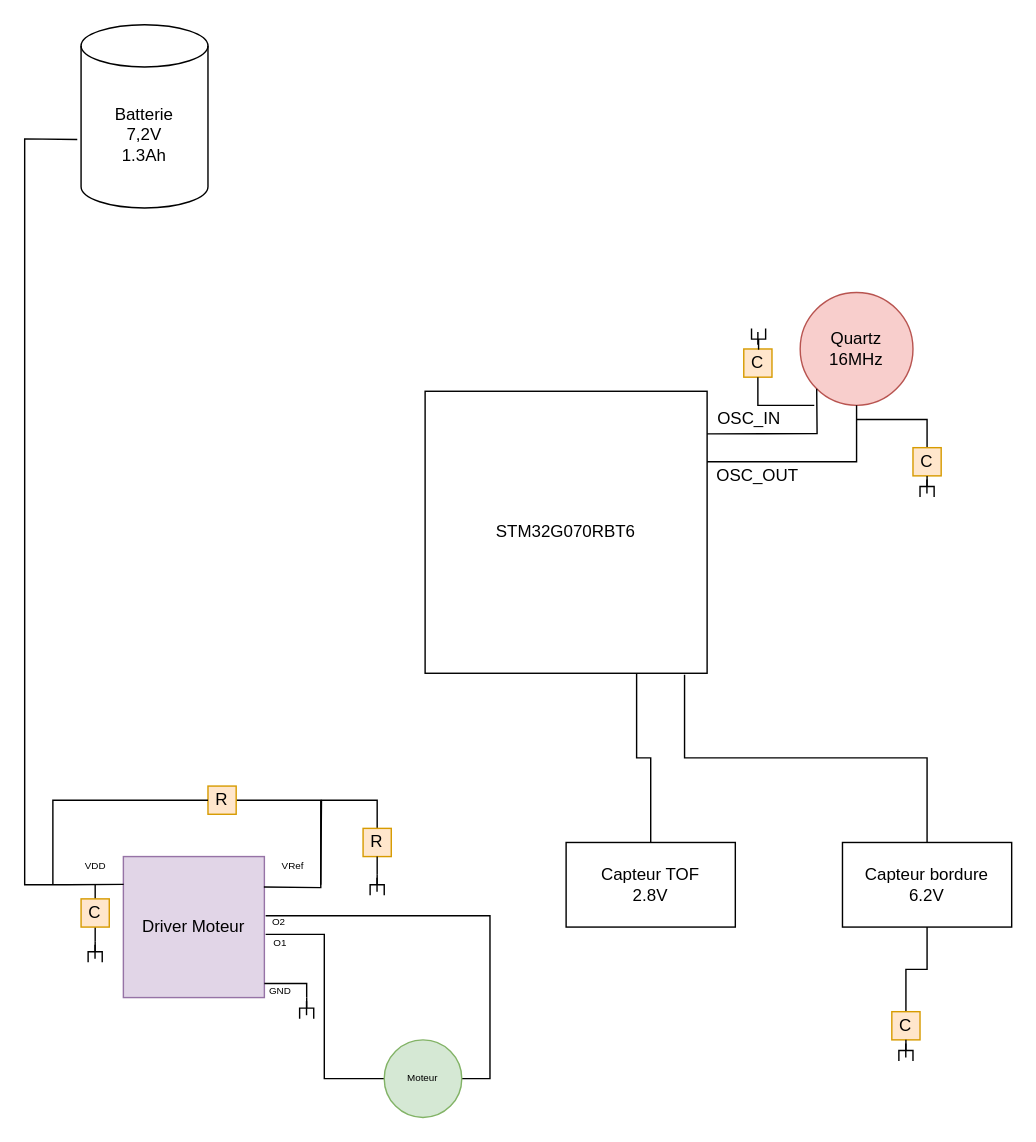
The draw.io diagram Diagramme sans nom.drawio in Artpel1805/Beerator, before the edit. Source tidied: cells renumbered, new cells numbered last; positions are measured from the earlier drawing's top-left corner, leaving out a move shared by most shapes. Both pictures are drawn from the tidied source at 141%, with x=0, y=0 at pixel (24, 24).
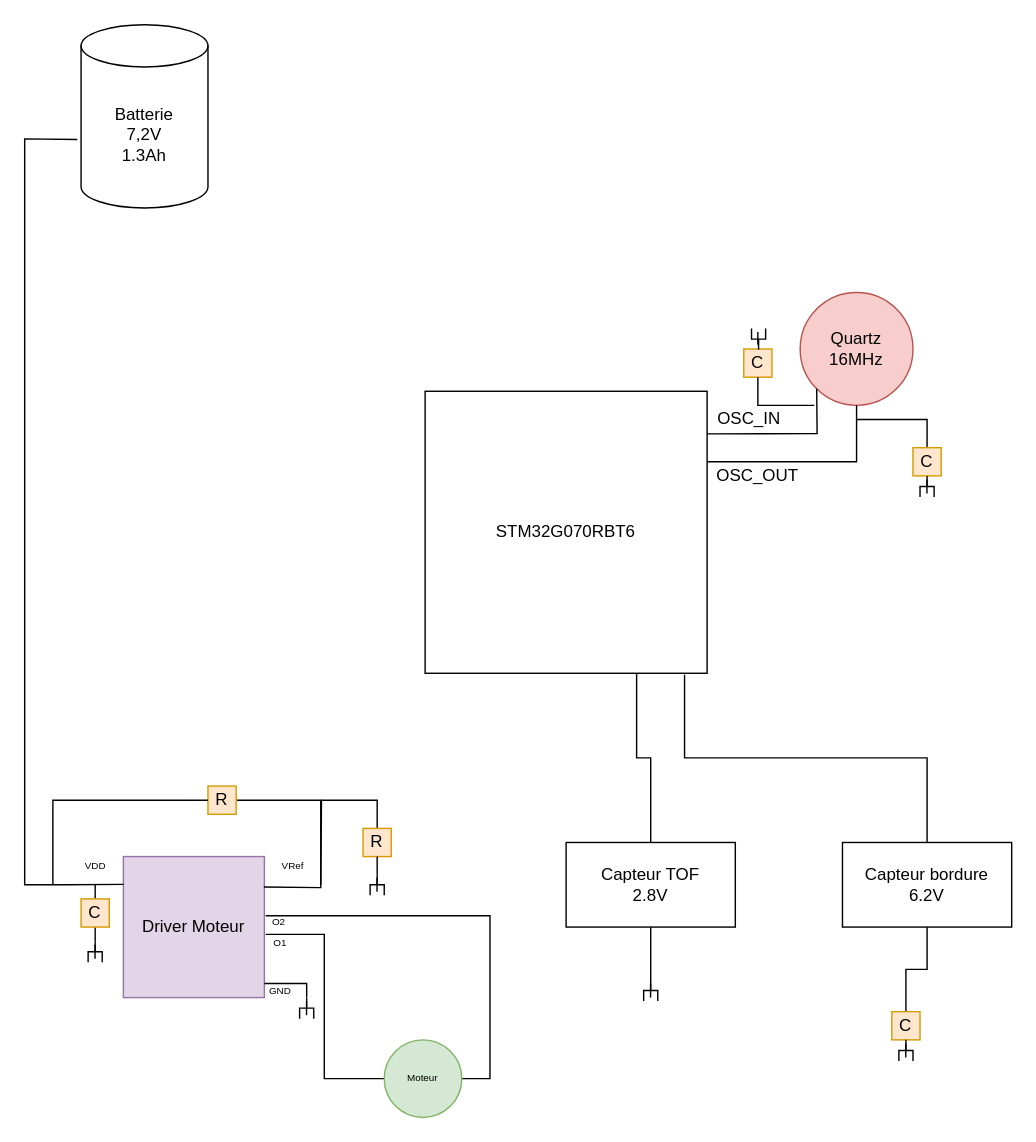
The same diagram, later.

Commit message:
Mettre à jour Diagramme sans nom.drawio

The change refers to these unchanged cells:
```xml
<mxCell id="27" value="Capteur TOF&lt;br&gt;2.8V" style="whiteSpace=wrap;html=1;align=center;newEdgeStyle={&quot;edgeStyle&quot;:&quot;elbowEdgeStyle&quot;,&quot;startArrow&quot;:&quot;none&quot;,&quot;endArrow&quot;:&quot;none&quot;};" parent="1" vertex="1">
  <mxGeometry x="384" y="580" width="120" height="60" as="geometry" />
</mxCell>
```

The edit, as a diff of the source:
```diff
@@
+    <mxCell id="57" style="edgeStyle=orthogonalEdgeStyle;rounded=0;jettySize=auto;html=1;endArrow=none;endFill=0;" parent="1" edge="1" source="58" target="27">
+      <mxGeometry relative="1" as="geometry" />
+    </mxCell>
@@
+    <mxCell id="58" style="strokeWidth=1;html=1;shape=mxgraph.flowchart.annotation_2;align=left;labelPosition=right;rotation=90;" parent="1" vertex="1">
+      <mxGeometry x="436.5" y="680" width="15" height="10" as="geometry" />
+    </mxCell>
@@
+    <mxCell id="59" style="endArrow=none;html=1;rounded=0;" parent="1" edge="1">
+      <mxGeometry relative="1" as="geometry">
+        <mxPoint x="443.9" y="690" as="sourcePoint" />
+        <mxPoint x="443.9" y="680" as="targetPoint" />
+        <Array as="points">
+          <mxPoint x="443.9" y="680" />
+        </Array>
+      </mxGeometry>
+    </mxCell>
```
